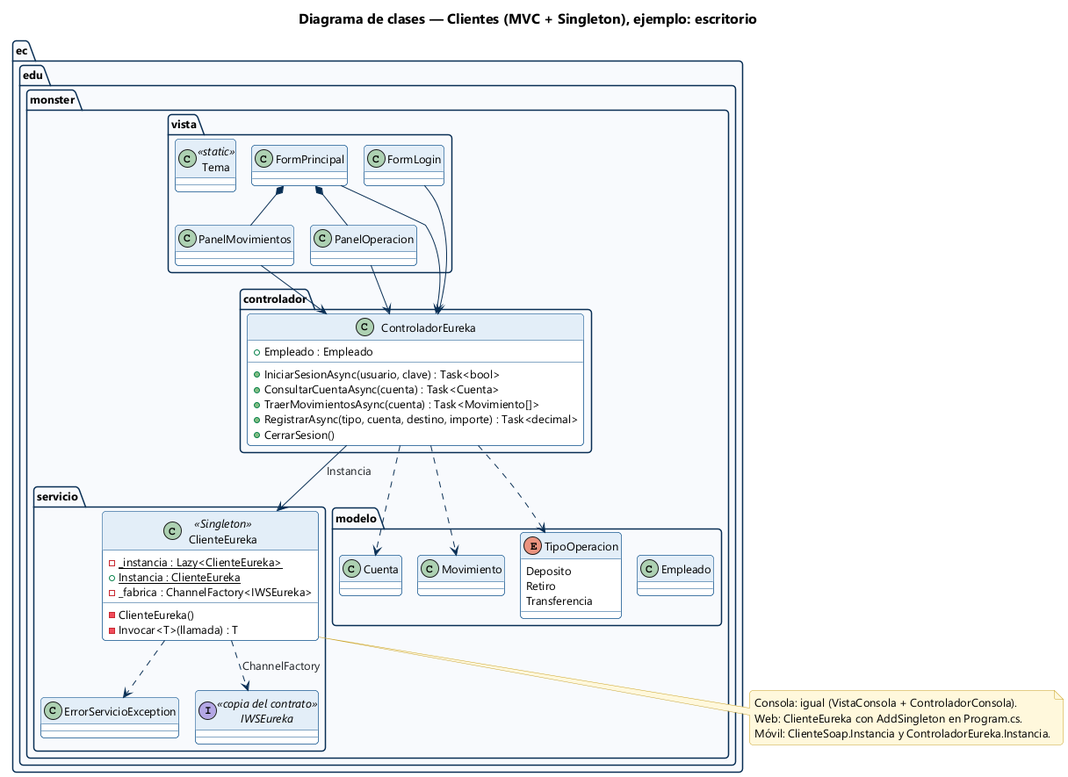
Earlier version of the PlantUML export 01. UML/03. DIAGRAMAS/04_CLASES/DC_Clientes.png (jsmasapanta/T2.1.2-PAO202651_SOAP_DOTNET_BDD_NRC36884_GR01).
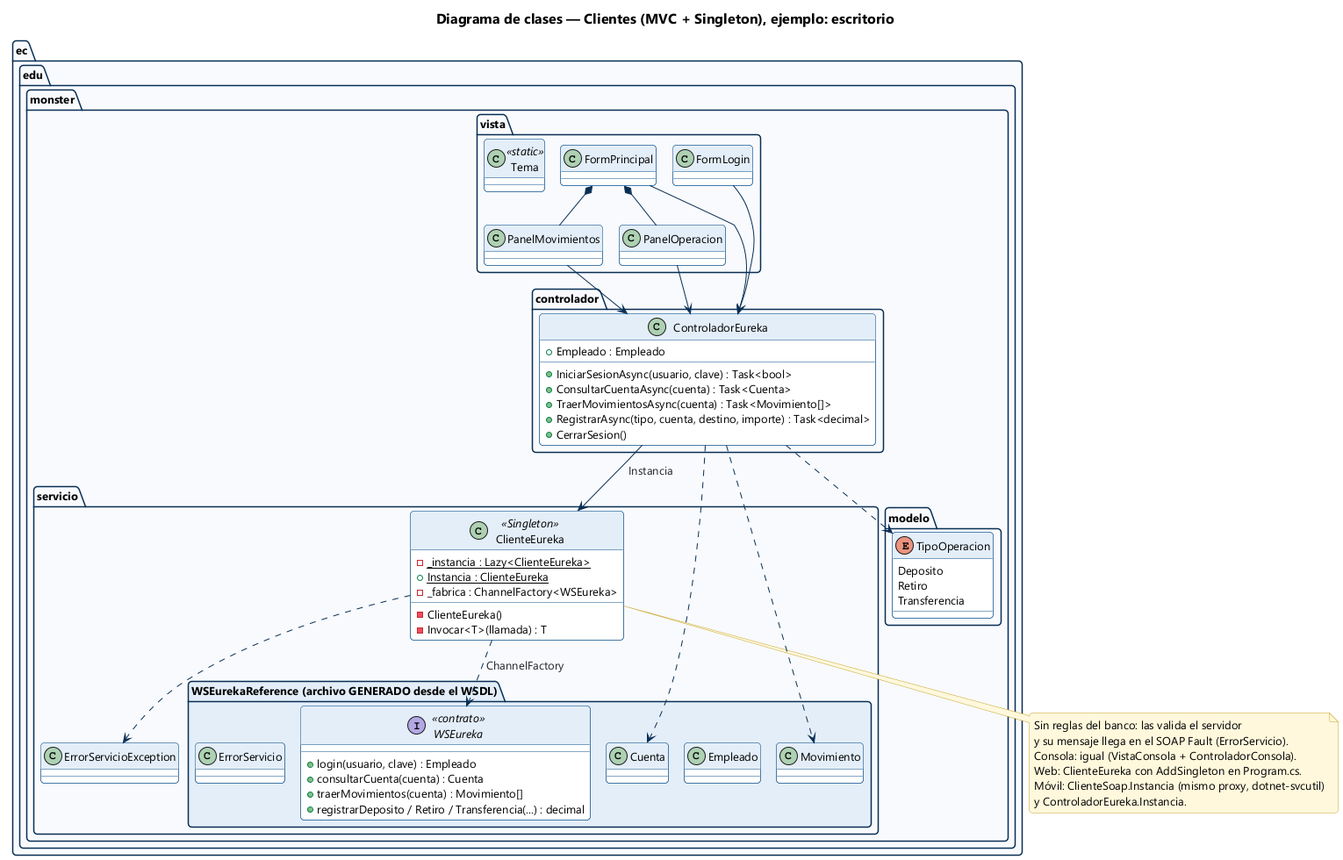
Above is the later version.

What changed in the source:
```diff
@@ -25,18 +25,27 @@
   class ClienteEureka <<Singleton>> {
     - {static} _instancia : Lazy<ClienteEureka>
     + {static} Instancia : ClienteEureka
-    - _fabrica : ChannelFactory<IWSEureka>
+    - _fabrica : ChannelFactory<WSEureka>
     - ClienteEureka()
     - Invocar<T>(llamada) : T
   }
-  interface IWSEureka <<copia del contrato>>
   class ErrorServicioException
+
+  package "WSEurekaReference (archivo GENERADO desde el WSDL)" #E3EEF8 {
+    interface WSEureka <<contrato>> {
+      + login(usuario, clave) : Empleado
+      + consultarCuenta(cuenta) : Cuenta
+      + traerMovimientos(cuenta) : Movimiento[]
+      + registrarDeposito / Retiro / Transferencia(...) : decimal
+    }
+    class Empleado
+    class Cuenta
+    class Movimiento
+    class ErrorServicio
+  }
 }
 
 package "ec.edu.monster.modelo" {
-  class Empleado
-  class Cuenta
-  class Movimiento
   enum TipoOperacion {
     Deposito
     Retiro
@@ -51,15 +60,18 @@
 PanelMovimientos --> ControladorEureka
 PanelOperacion --> ControladorEureka
 ControladorEureka --> ClienteEureka : Instancia
-ClienteEureka ..> IWSEureka : ChannelFactory
+ClienteEureka ..> WSEureka : ChannelFactory
 ClienteEureka ..> ErrorServicioException
 ControladorEureka ..> Cuenta
 ControladorEureka ..> Movimiento
 ControladorEureka ..> TipoOperacion
 
 note bottom of ClienteEureka
+  Sin reglas del banco: las valida el servidor
+  y su mensaje llega en el SOAP Fault (ErrorServicio).
   Consola: igual (VistaConsola + ControladorConsola).
   Web: ClienteEureka con AddSingleton en Program.cs.
-  Móvil: ClienteSoap.Instancia y ControladorEureka.Instancia.
+  Móvil: ClienteSoap.Instancia (mismo proxy, dotnet-svcutil)
+  y ControladorEureka.Instancia.
 end note
 @enduml
```
